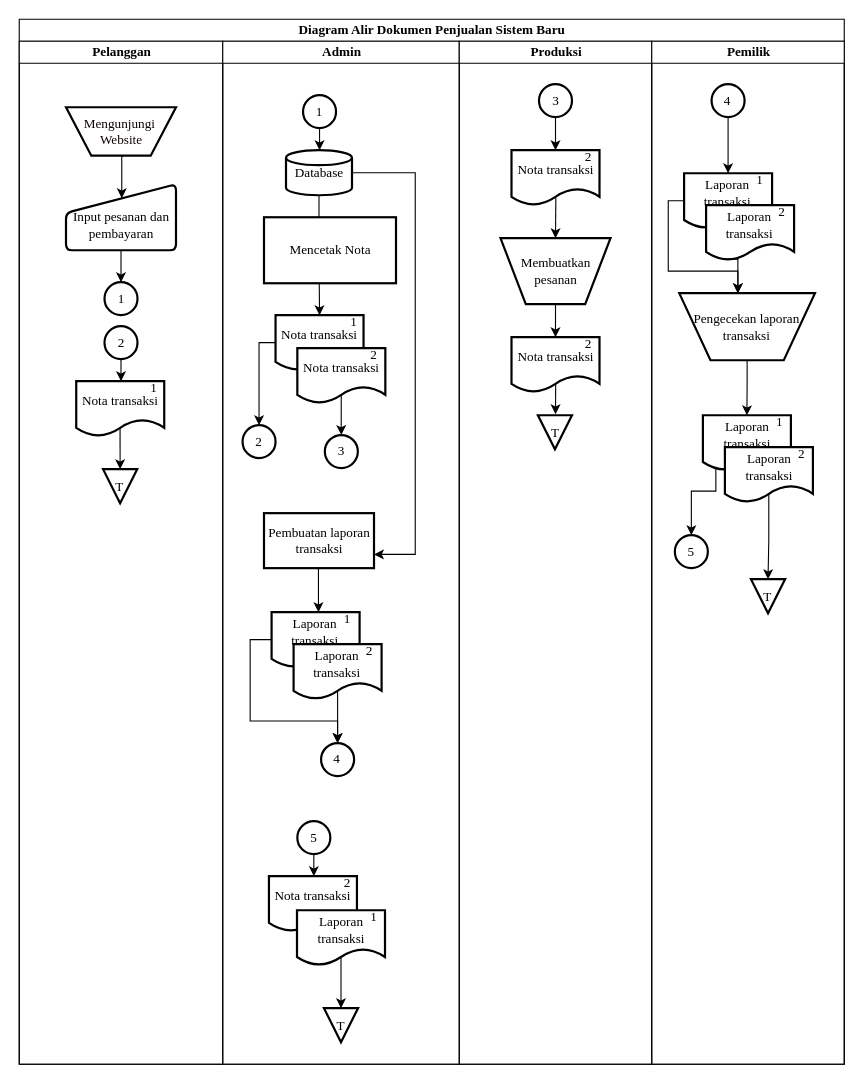
angelinahandini/TA keeps this draw.io diagram as page "Halaman-17" (17 of 17) of TA.drawio. Above is the earlier version. Source tidied: cells renumbered, new cells numbered last; positions are measured from the earlier drawing's top-left corner, leaving out a move shared by most shapes. Both pictures are drawn from the tidied source at 110%, with x=0, y=0 at pixel (19, 19).
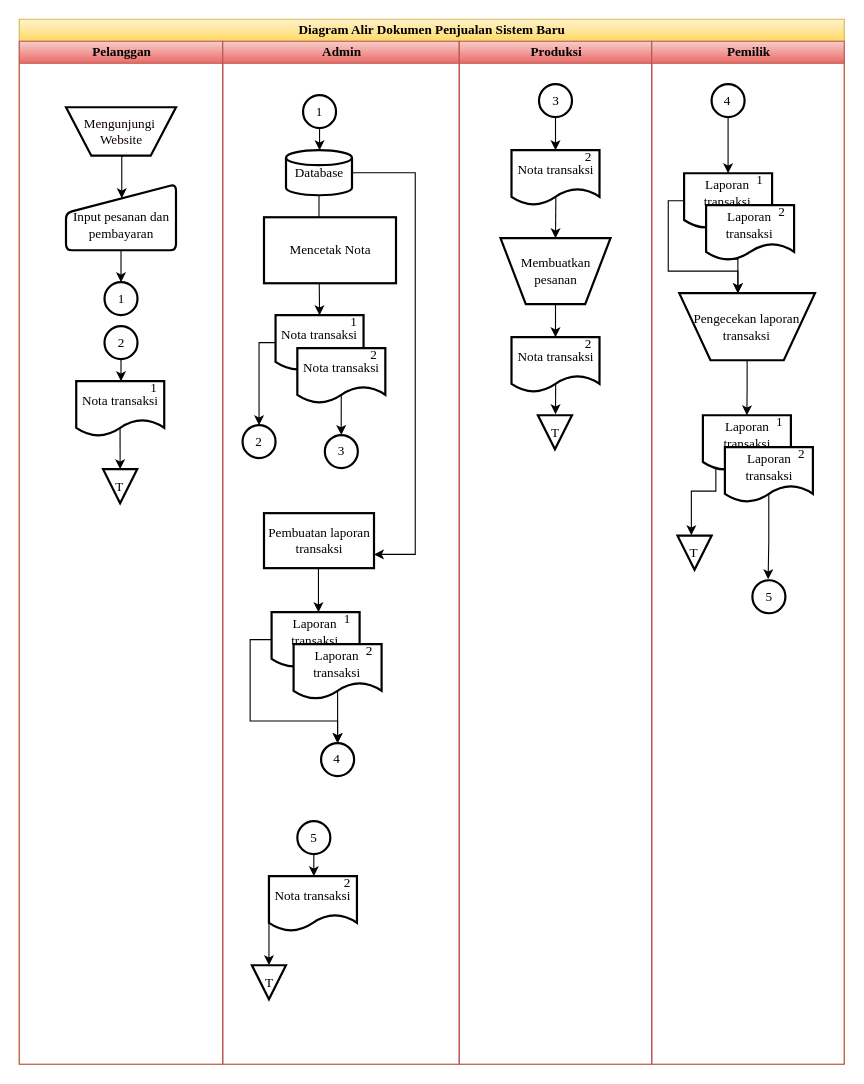
Above is the later version.

The change refers to these unchanged cells:
```xml
<mxCell id="54" value="Nota transaksi" style="shape=document;whiteSpace=wrap;html=1;boundedLbl=1;arcSize=10;strokeWidth=2;fontFamily=Times New Roman;" parent="53" vertex="1">
  <mxGeometry width="80" height="50" as="geometry" />
</mxCell>
<mxCell id="92" value="Laporan transaksi" style="shape=document;whiteSpace=wrap;html=1;boundedLbl=1;arcSize=10;strokeWidth=2;fontFamily=Times New Roman;" parent="91" vertex="1">
  <mxGeometry width="80" height="50" as="geometry" />
</mxCell>
<mxCell id="95" value="Laporan transaksi" style="shape=document;whiteSpace=wrap;html=1;boundedLbl=1;arcSize=10;strokeWidth=2;fontFamily=Times New Roman;" parent="94" vertex="1">
  <mxGeometry width="80" height="50" as="geometry" />
</mxCell>
```

What changed in the source:
```diff
@@
-    <mxCell id="2" value="Diagram Alir Dokumen Penjualan Sistem Baru" style="swimlane;startSize=20;html=1;fontFamily=Times New Roman;fontColor=#000000;" parent="1" vertex="1">
+    <mxCell id="2" value="Diagram Alir Dokumen Penjualan Sistem Baru" style="swimlane;startSize=20;html=1;fontFamily=Times New Roman;fillColor=#fff2cc;strokeColor=#d6b656;gradientColor=#ffd966;" parent="1" vertex="1">
       <mxGeometry width="750" height="950" as="geometry" />
     </mxCell>
-    <mxCell id="3" value="Pelanggan" style="swimlane;startSize=20;html=1;fontFamily=Times New Roman;" parent="2" vertex="1">
+    <mxCell id="3" value="Pelanggan" style="swimlane;startSize=20;html=1;fontFamily=Times New Roman;fillColor=#f8cecc;strokeColor=#b85450;gradientColor=#ea6b66;" parent="2" vertex="1">
       <mxGeometry y="20" width="185" height="930" as="geometry" />
     </mxCell>
@@
-    <mxCell id="29" value="Admin" style="swimlane;startSize=20;html=1;fontFamily=Times New Roman;" parent="2" vertex="1">
+    <mxCell id="29" value="Admin" style="swimlane;startSize=20;html=1;fontFamily=Times New Roman;fillColor=#f8cecc;strokeColor=#b85450;gradientColor=#ea6b66;" parent="2" vertex="1">
       <mxGeometry x="185" y="20" width="215" height="930" as="geometry" />
     </mxCell>
@@
-    <mxCell id="56" style="group;fontFamily=Times New Roman;" parent="29" vertex="1">
-      <mxGeometry x="67.5" y="790" width="80" height="50" as="geometry" />
-    </mxCell>
-    <mxCell id="57" value="Laporan transaksi" style="shape=document;whiteSpace=wrap;html=1;boundedLbl=1;arcSize=10;strokeWidth=2;fontFamily=Times New Roman;" parent="56" vertex="1">
-      <mxGeometry width="80" height="50" as="geometry" />
-    </mxCell>
-    <mxCell id="58" value="1" style="text;html=1;strokeColor=none;fillColor=none;align=center;verticalAlign=middle;whiteSpace=wrap;rounded=0;fontFamily=Times New Roman;" parent="56" vertex="1">
-      <mxGeometry x="59" width="21" height="11" as="geometry" />
-    </mxCell>
     <mxCell id="59" value="T" style="triangle;whiteSpace=wrap;html=1;dashed=0;direction=south;strokeWidth=2;fontFamily=Times New Roman;" parent="29" vertex="1">
-      <mxGeometry x="92" y="879" width="31" height="31" as="geometry" />
+      <mxGeometry x="26.5" y="840" width="31" height="31" as="geometry" />
     </mxCell>
-    <mxCell id="60" style="edgeStyle=orthogonalEdgeStyle;rounded=0;jettySize=auto;html=1;entryX=0;entryY=0.5;entryDx=0;entryDy=0;exitX=0.5;exitY=0.861;exitDx=0;exitDy=0;exitPerimeter=0;fontFamily=Times New Roman;" parent="29" edge="1" source="57" target="59">
-      <mxGeometry relative="1" as="geometry" />
-    </mxCell>
@@
+    <mxCell id="104" style="endArrow=classic;html=1;rounded=0;exitX=0;exitY=0.75;exitDx=0;exitDy=0;" parent="29" edge="1" source="54">
+      <mxGeometry relative="1" as="geometry">
+        <mxPoint x="42" y="840" as="targetPoint" />
+      </mxGeometry>
+    </mxCell>
-    <mxCell id="67" value="Produksi" style="swimlane;startSize=20;html=1;fontFamily=Times New Roman;" parent="2" vertex="1">
+    <mxCell id="67" value="Produksi" style="swimlane;startSize=20;html=1;fontFamily=Times New Roman;fillColor=#f8cecc;strokeColor=#b85450;gradientColor=#ea6b66;" parent="2" vertex="1">
       <mxGeometry x="400" y="20" width="175" height="930" as="geometry" />
     </mxCell>
@@
-    <mxCell id="81" value="Pemilik" style="swimlane;startSize=20;html=1;fontFamily=Times New Roman;" parent="2" vertex="1">
+    <mxCell id="81" value="Pemilik" style="swimlane;startSize=20;html=1;fontFamily=Times New Roman;fillColor=#f8cecc;strokeColor=#b85450;gradientColor=#ea6b66;" parent="2" vertex="1">
       <mxGeometry x="575" y="20" width="175" height="930" as="geometry" />
     </mxCell>
@@
-    <mxCell id="97" value="5" style="strokeWidth=2;html=1;shape=mxgraph.flowchart.start_2;whiteSpace=wrap;fontFamily=Times New Roman;" parent="81" vertex="1">
-      <mxGeometry x="21" y="449" width="30" height="30" as="geometry" />
-    </mxCell>
-    <mxCell id="98" value="T" style="triangle;whiteSpace=wrap;html=1;dashed=0;direction=south;strokeWidth=2;fontFamily=Times New Roman;" parent="81" vertex="1">
-      <mxGeometry x="90.2" y="489" width="31" height="31" as="geometry" />
-    </mxCell>
@@
-    <mxCell id="102" style="edgeStyle=orthogonalEdgeStyle;rounded=0;jettySize=auto;html=1;entryX=0.5;entryY=0;entryDx=0;entryDy=0;entryPerimeter=0;exitX=0.147;exitY=0.967;exitDx=0;exitDy=0;exitPerimeter=0;fontFamily=Times New Roman;" parent="81" edge="1" source="92" target="97">
+    <mxCell id="102" style="edgeStyle=orthogonalEdgeStyle;rounded=0;jettySize=auto;html=1;entryX=0.5;entryY=0;entryDx=0;entryDy=0;entryPerimeter=0;exitX=0.147;exitY=0.967;exitDx=0;exitDy=0;exitPerimeter=0;fontFamily=Times New Roman;" parent="81" edge="1" source="92">
       <mxGeometry relative="1" as="geometry">
+        <mxPoint x="36" y="449" as="targetPoint" />
         <Array as="points">
           <mxPoint x="58.4" y="409" />
           <mxPoint x="36.4" y="409" />
         </Array>
       </mxGeometry>
     </mxCell>
-    <mxCell id="103" style="edgeStyle=orthogonalEdgeStyle;rounded=0;jettySize=auto;html=1;entryX=0;entryY=0.5;entryDx=0;entryDy=0;exitX=0.499;exitY=0.847;exitDx=0;exitDy=0;exitPerimeter=0;fontFamily=Times New Roman;" parent="81" edge="1" source="95" target="98">
-      <mxGeometry relative="1" as="geometry" />
+    <mxCell id="103" style="edgeStyle=orthogonalEdgeStyle;rounded=0;jettySize=auto;html=1;entryX=0;entryY=0.5;entryDx=0;entryDy=0;exitX=0.499;exitY=0.847;exitDx=0;exitDy=0;exitPerimeter=0;fontFamily=Times New Roman;" parent="81" edge="1" source="95">
+      <mxGeometry relative="1" as="geometry">
+        <mxPoint x="105.8" y="489" as="targetPoint" />
+      </mxGeometry>
     </mxCell>
+    <mxCell id="97" value="5" style="strokeWidth=2;html=1;shape=mxgraph.flowchart.start_2;whiteSpace=wrap;fontFamily=Times New Roman;" parent="81" vertex="1">
+      <mxGeometry x="91.5" y="490" width="30" height="30" as="geometry" />
+    </mxCell>
+    <mxCell id="98" value="T" style="triangle;whiteSpace=wrap;html=1;dashed=0;direction=south;strokeWidth=2;fontFamily=Times New Roman;" parent="81" vertex="1">
+      <mxGeometry x="23.4" y="449.5" width="31" height="31" as="geometry" />
+    </mxCell>
```
